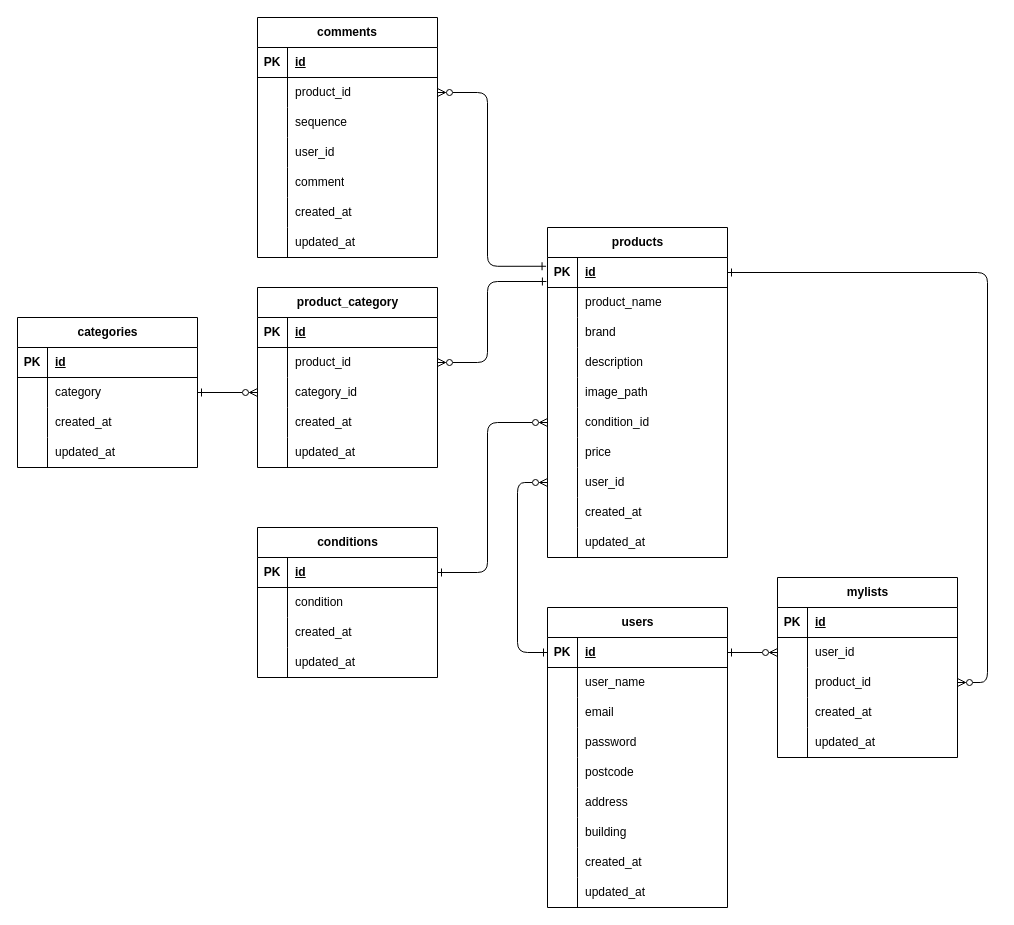
Takeshi410/fleamarket keeps this draw.io diagram as ER図..drawio. Above is the earlier version. Source tidied: cells renumbered, new cells numbered last; positions are measured from the earlier drawing's top-left corner, leaving out a move shared by most shapes. Both pictures are drawn from the tidied source at 100%, with x=0, y=0 at pixel (17, 17).
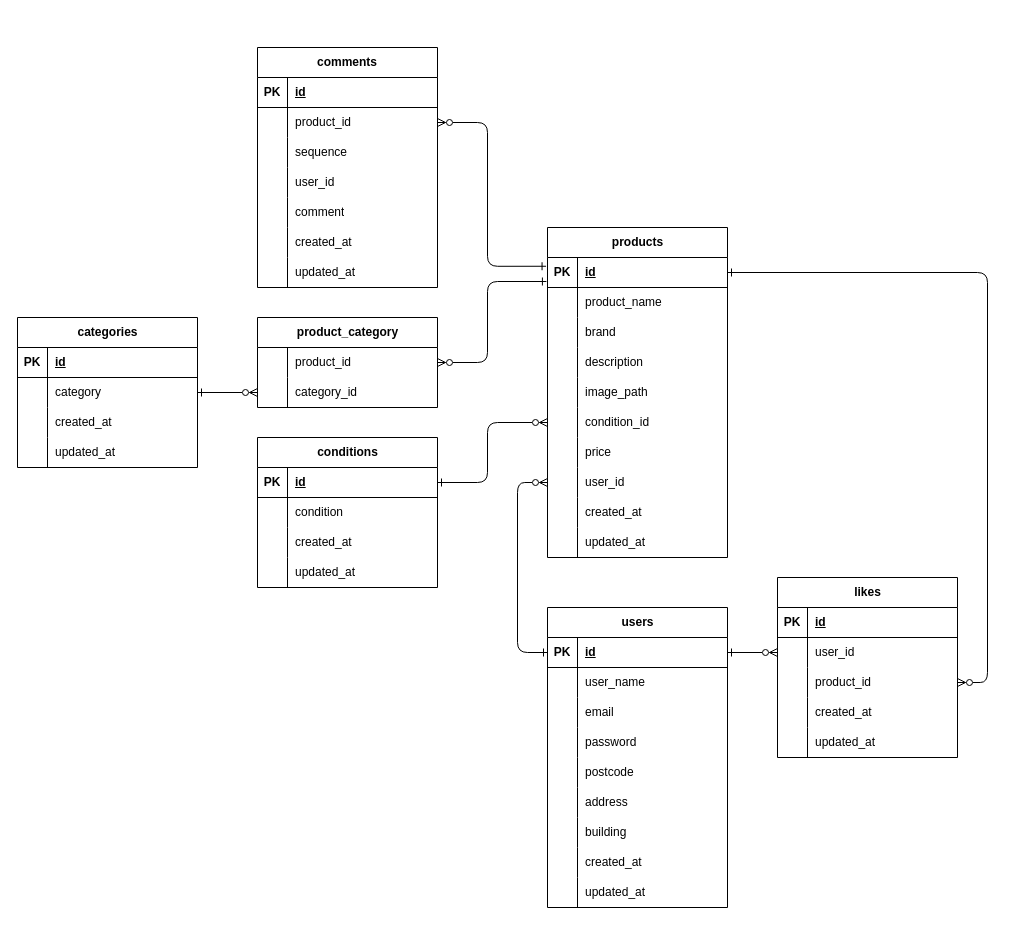
After the change.

The change refers to these unchanged cells:
```xml
<mxCell id="3" style="shape=tableRow;horizontal=0;startSize=0;swimlaneHead=0;swimlaneBody=0;fillColor=none;points=[[0,0.5],[1,0.5]];portConstraint=eastwest;top=0;left=0;right=0;bottom=1;" parent="2" vertex="1">
  <mxGeometry y="30" width="180" height="30" as="geometry" />
</mxCell>
<mxCell id="18" style="shape=tableRow;horizontal=0;startSize=0;swimlaneHead=0;swimlaneBody=0;fillColor=none;points=[[0,0.5],[1,0.5]];portConstraint=eastwest;top=0;left=0;right=0;bottom=0;" parent="2" vertex="1">
  <mxGeometry y="180" width="180" height="30" as="geometry" />
</mxCell>
<mxCell id="34" style="shape=tableRow;horizontal=0;startSize=0;swimlaneHead=0;swimlaneBody=0;fillColor=none;points=[[0,0.5],[1,0.5]];portConstraint=eastwest;top=0;left=0;right=0;bottom=1;" parent="33" vertex="1">
  <mxGeometry y="30" width="180" height="30" as="geometry" />
</mxCell>
<mxCell id="108" style="shape=tableRow;horizontal=0;startSize=0;swimlaneHead=0;swimlaneBody=0;fillColor=none;points=[[0,0.5],[1,0.5]];portConstraint=eastwest;top=0;left=0;right=0;bottom=0;" parent="104" vertex="1">
  <mxGeometry y="60" width="180" height="30" as="geometry" />
</mxCell>
```

What changed in the source:
```diff
@@
     <mxCell id="33" value="conditions" style="shape=table;startSize=30;childLayout=tableLayout;rowLines=0;fontStyle=1;align=center;html=1;" parent="1" vertex="1">
-      <mxGeometry x="240" y="510" width="180" height="150" as="geometry" />
+      <mxGeometry x="240" y="420" width="180" height="150" as="geometry" />
     </mxCell>
@@
-    <mxCell id="88" value="mylists" style="shape=table;startSize=30;childLayout=tableLayout;rowLines=0;fontStyle=1;align=center;html=1;" parent="1" vertex="1">
+    <mxCell id="88" value="likes" style="shape=table;startSize=30;childLayout=tableLayout;rowLines=0;fontStyle=1;align=center;html=1;" parent="1" vertex="1">
       <mxGeometry x="760" y="560" width="180" height="180" as="geometry" />
     </mxCell>
@@
     <mxCell id="104" value="comments" style="shape=table;startSize=30;childLayout=tableLayout;rowLines=0;fontStyle=1;align=center;html=1;whiteSpace=wrap;" parent="1" vertex="1">
-      <mxGeometry x="240" width="180" height="240" as="geometry" />
+      <mxGeometry x="240" y="30" width="180" height="240" as="geometry" />
     </mxCell>
@@
-    <mxCell id="128" style="edgeStyle=orthogonalEdgeStyle;html=1;entryX=0;entryY=0.5;entryDx=0;entryDy=0;exitX=1;exitY=0.5;exitDx=0;exitDy=0;endArrow=ERzeroToMany;endFill=0;startArrow=ERone;startFill=0;" parent="1" edge="1" source="34" target="18">
+    <mxCell id="128" style="edgeStyle=orthogonalEdgeStyle;html=1;entryX=0;entryY=0.5;entryDx=0;entryDy=0;endArrow=ERzeroToMany;endFill=0;startArrow=ERone;startFill=0;exitX=1;exitY=0.5;exitDx=0;exitDy=0;" parent="1" edge="1" source="34" target="18">
       <mxGeometry relative="1" as="geometry">
         <Array as="points">
-          <mxPoint x="470" y="555" />
+          <mxPoint x="470" y="465" />
           <mxPoint x="470" y="405" />
         </Array>
       </mxGeometry>
     </mxCell>
     <mxCell id="129" value="product_category" style="shape=table;startSize=30;childLayout=tableLayout;rowLines=0;fontStyle=1;align=center;html=1;" parent="1" vertex="1">
-      <mxGeometry x="240" y="270" width="180" height="180" as="geometry" />
+      <mxGeometry x="240" y="300" width="180" height="90" as="geometry" />
     </mxCell>
-    <mxCell id="130" style="shape=tableRow;horizontal=0;startSize=0;swimlaneHead=0;swimlaneBody=0;fillColor=none;top=0;left=0;right=0;bottom=1;" parent="129" vertex="1">
-      <mxGeometry y="30" width="180" height="30" as="geometry" />
-    </mxCell>
-    <mxCell id="131" value="PK" style="shape=partialRectangle;fillColor=none;top=0;left=0;bottom=0;right=0;fontStyle=1;overflow=hidden;whiteSpace=wrap;html=1;" parent="130" vertex="1">
-      <mxGeometry width="30" height="30" as="geometry" />
-    </mxCell>
-    <mxCell id="132" value="id" style="shape=partialRectangle;fillColor=none;top=0;left=0;bottom=0;right=0;align=left;spacingLeft=6;fontStyle=5;overflow=hidden;whiteSpace=wrap;html=1;" parent="130" vertex="1">
-      <mxGeometry x="30" width="150" height="30" as="geometry" />
-    </mxCell>
     <mxCell id="133" style="shape=tableRow;horizontal=0;startSize=0;swimlaneHead=0;swimlaneBody=0;fillColor=none;points=[[0,0.5],[1,0.5]];portConstraint=eastwest;top=0;left=0;right=0;bottom=0;" parent="129" vertex="1">
-      <mxGeometry y="60" width="180" height="30" as="geometry" />
+      <mxGeometry y="30" width="180" height="30" as="geometry" />
     </mxCell>
@@
     <mxCell id="136" style="shape=tableRow;horizontal=0;startSize=0;swimlaneHead=0;swimlaneBody=0;fillColor=none;points=[[0,0.5],[1,0.5]];portConstraint=eastwest;top=0;left=0;right=0;bottom=0;" parent="129" vertex="1">
-      <mxGeometry y="90" width="180" height="30" as="geometry" />
+      <mxGeometry y="60" width="180" height="30" as="geometry" />
     </mxCell>
@@
-    <mxCell id="139" style="shape=tableRow;horizontal=0;startSize=0;swimlaneHead=0;swimlaneBody=0;fillColor=none;top=0;left=0;right=0;bottom=0;" parent="129" vertex="1">
-      <mxGeometry y="120" width="180" height="30" as="geometry" />
-    </mxCell>
-    <mxCell id="140" style="shape=partialRectangle;fillColor=none;top=0;left=0;bottom=0;right=0;overflow=hidden;whiteSpace=wrap;html=1;fontStyle=0;" parent="139" vertex="1">
-      <mxGeometry width="30" height="30" as="geometry" />
-    </mxCell>
-    <mxCell id="141" value="&lt;span style=&quot;color: rgb(0, 0, 0);&quot;&gt;created_at&lt;/span&gt;" style="shape=partialRectangle;fillColor=none;top=0;left=0;bottom=0;right=0;align=left;spacingLeft=6;overflow=hidden;whiteSpace=wrap;html=1;fontStyle=0;" parent="139" vertex="1">
-      <mxGeometry x="30" width="150" height="30" as="geometry" />
-    </mxCell>
-    <mxCell id="142" style="shape=tableRow;horizontal=0;startSize=0;swimlaneHead=0;swimlaneBody=0;fillColor=none;top=0;left=0;right=0;bottom=0;" parent="129" vertex="1">
-      <mxGeometry y="150" width="180" height="30" as="geometry" />
-    </mxCell>
-    <mxCell id="143" style="shape=partialRectangle;fillColor=none;top=0;left=0;bottom=0;right=0;overflow=hidden;whiteSpace=wrap;html=1;fontStyle=0;" parent="142" vertex="1">
-      <mxGeometry width="30" height="30" as="geometry" />
-    </mxCell>
-    <mxCell id="144" value="&lt;span style=&quot;color: rgb(0, 0, 0);&quot;&gt;updated_at&lt;/span&gt;" style="shape=partialRectangle;fillColor=none;top=0;left=0;bottom=0;right=0;align=left;spacingLeft=6;overflow=hidden;whiteSpace=wrap;html=1;fontStyle=0;" parent="142" vertex="1">
-      <mxGeometry x="30" width="150" height="30" as="geometry" />
-    </mxCell>
@@
     <mxCell id="146" style="edgeStyle=orthogonalEdgeStyle;html=1;exitX=1;exitY=0.5;exitDx=0;exitDy=0;entryX=-0.008;entryY=0.292;entryDx=0;entryDy=0;entryPerimeter=0;endArrow=ERone;endFill=0;startArrow=ERzeroToMany;startFill=0;" parent="1" edge="1" source="108" target="3">
       <mxGeometry relative="1" as="geometry">
         <Array as="points">
-          <mxPoint x="470" y="75" />
+          <mxPoint x="470" y="105" />
           <mxPoint x="470" y="249" />
         </Array>
       </mxGeometry>
     </mxCell>
```
